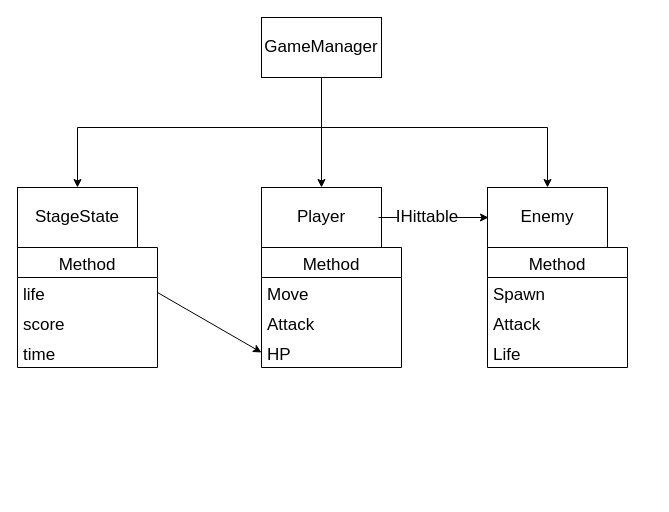
Above: Untitled Diagram.drawio in AoyamaSaito/ibezi-team-aoyama (draw.io), before the change. Source tidied: cells renumbered, new cells numbered last; positions are measured from the earlier drawing's top-left corner, leaving out a move shared by most shapes. Both pictures are drawn from the tidied source at 100%, with x=0, y=0 at pixel (17, 17).
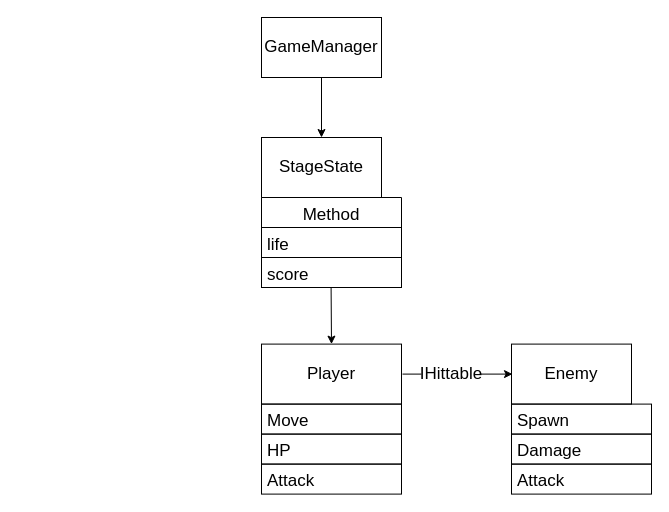
After the change.

Unchanged cells that the change refers to:
```xml
<mxCell id="2" value="&lt;font style=&quot;font-size: 17px;&quot;&gt;GameManager&lt;/font&gt;" style="rounded=0;whiteSpace=wrap;html=1;" parent="1" vertex="1">
  <mxGeometry x="244" width="120" height="60" as="geometry" />
</mxCell>
```

Diff of the diagram source:
```diff
@@
     <mxCell id="3" value="&lt;font style=&quot;font-size: 17px;&quot;&gt;Enemy&lt;/font&gt;" style="rounded=0;whiteSpace=wrap;html=1;" parent="1" vertex="1">
-      <mxGeometry x="470" y="170" width="120" height="60" as="geometry" />
+      <mxGeometry x="494" y="326.6" width="120" height="60" as="geometry" />
     </mxCell>
-    <mxCell id="4" value="&lt;font style=&quot;font-size: 17px;&quot;&gt;Player&lt;/font&gt;" style="rounded=0;whiteSpace=wrap;html=1;" parent="1" vertex="1">
-      <mxGeometry x="244" y="170" width="120" height="60" as="geometry" />
-    </mxCell>
     <mxCell id="5" value="&lt;font style=&quot;font-size: 17px;&quot;&gt;StageState&lt;/font&gt;" style="rounded=0;whiteSpace=wrap;html=1;" parent="1" vertex="1">
-      <mxGeometry y="170" width="120" height="60" as="geometry" />
+      <mxGeometry x="244" y="120" width="120" height="60" as="geometry" />
     </mxCell>
-    <mxCell id="6" style="endArrow=classic;html=1;rounded=0;fontSize=17;exitX=0.5;exitY=1;exitDx=0;exitDy=0;entryX=0.5;entryY=0;entryDx=0;entryDy=0;" parent="1" edge="1" source="2" target="5">
-      <mxGeometry relative="1" as="geometry">
-        <Array as="points">
-          <mxPoint x="304" y="110" />
-          <mxPoint x="60" y="110" />
-        </Array>
-      </mxGeometry>
-    </mxCell>
-    <mxCell id="7" style="endArrow=classic;html=1;rounded=0;fontSize=17;entryX=0.5;entryY=0;entryDx=0;entryDy=0;" parent="1" edge="1" target="4">
-      <mxGeometry relative="1" as="geometry">
-        <mxPoint x="304" y="110" as="sourcePoint" />
-      </mxGeometry>
-    </mxCell>
-    <mxCell id="8" style="endArrow=classic;html=1;rounded=0;fontSize=17;entryX=0.5;entryY=0;entryDx=0;entryDy=0;" parent="1" edge="1" target="3">
-      <mxGeometry relative="1" as="geometry">
-        <mxPoint x="300" y="110" as="sourcePoint" />
-        <Array as="points">
-          <mxPoint x="530" y="110" />
-        </Array>
-      </mxGeometry>
-    </mxCell>
-    <mxCell id="9" value="Method" style="swimlane;fontStyle=0;horizontal=1;startSize=30;fontSize=17;" parent="1" vertex="1">
-      <mxGeometry x="244" y="230" width="140" height="120" as="geometry" />
-    </mxCell>
-    <mxCell id="10" value="Move" style="text;strokeColor=none;fillColor=none;align=left;verticalAlign=middle;spacingLeft=4;spacingRight=4;overflow=hidden;fontSize=17;" parent="9" vertex="1">
-      <mxGeometry y="30" width="140" height="30" as="geometry" />
-    </mxCell>
-    <mxCell id="11" value="Attack" style="text;strokeColor=none;fillColor=none;align=left;verticalAlign=middle;spacingLeft=4;spacingRight=4;overflow=hidden;fontSize=17;" parent="9" vertex="1">
-      <mxGeometry y="60" width="140" height="30" as="geometry" />
-    </mxCell>
-    <mxCell id="12" value="HP" style="text;strokeColor=none;fillColor=none;align=left;verticalAlign=middle;spacingLeft=4;spacingRight=4;overflow=hidden;points=[[0,0.5],[1,0.5]];portConstraint=eastwest;fontSize=17;" parent="9" vertex="1">
-      <mxGeometry y="90" width="140" height="30" as="geometry" />
-    </mxCell>
     <mxCell id="13" value="Method" style="swimlane;fontStyle=0;horizontal=1;startSize=30;fontSize=17;" parent="1" vertex="1">
-      <mxGeometry y="230" width="140" height="120" as="geometry" />
+      <mxGeometry x="244" y="180" width="140" height="90" as="geometry" />
     </mxCell>
-    <mxCell id="14" value="life" style="text;strokeColor=none;fillColor=none;align=left;verticalAlign=middle;spacingLeft=4;spacingRight=4;overflow=hidden;points=[[0,0.5],[1,0.5]];portConstraint=eastwest;fontSize=17;" parent="13" vertex="1">
+    <mxCell id="14" value="life" style="text;strokeColor=default;fillColor=none;align=left;verticalAlign=middle;spacingLeft=4;spacingRight=4;overflow=hidden;points=[[0,0.5],[1,0.5]];portConstraint=eastwest;fontSize=17;" parent="13" vertex="1">
       <mxGeometry y="30" width="140" height="30" as="geometry" />
     </mxCell>
-    <mxCell id="15" value="score" style="text;strokeColor=none;fillColor=none;align=left;verticalAlign=middle;spacingLeft=4;spacingRight=4;overflow=hidden;fontSize=17;" parent="13" vertex="1">
+    <mxCell id="15" value="score" style="text;strokeColor=default;fillColor=none;align=left;verticalAlign=middle;spacingLeft=4;spacingRight=4;overflow=hidden;fontSize=17;" parent="13" vertex="1">
       <mxGeometry y="60" width="140" height="30" as="geometry" />
     </mxCell>
-    <mxCell id="16" value="time" style="text;strokeColor=none;fillColor=none;align=left;verticalAlign=middle;spacingLeft=4;spacingRight=4;overflow=hidden;fontSize=17;" parent="13" vertex="1">
-      <mxGeometry y="90" width="140" height="30" as="geometry" />
-    </mxCell>
-    <mxCell id="17" value="Method" style="swimlane;fontStyle=0;horizontal=1;startSize=30;fontSize=17;" parent="1" vertex="1">
-      <mxGeometry x="470" y="230" width="140" height="120" as="geometry" />
-    </mxCell>
+    <mxCell id="21" style="endArrow=classic;html=1;rounded=0;fontSize=17;exitX=0.967;exitY=0.5;exitDx=0;exitDy=0;exitPerimeter=0;startArrow=none;" parent="1" edge="1" source="22">
+      <mxGeometry relative="1" as="geometry">
+        <mxPoint x="495" y="356.6" as="targetPoint" />
+      </mxGeometry>
+    </mxCell>
+    <mxCell id="22" value="IHittable" style="text;html=1;strokeColor=none;fillColor=none;align=center;verticalAlign=middle;whiteSpace=wrap;rounded=0;fontSize=17;" parent="1" vertex="1">
+      <mxGeometry x="404" y="341.6" width="60" height="30" as="geometry" />
+    </mxCell>
+    <mxCell id="23" style="endArrow=none;html=1;rounded=0;fontSize=17;exitX=0.967;exitY=0.5;exitDx=0;exitDy=0;exitPerimeter=0;" parent="1" edge="1" target="22">
+      <mxGeometry relative="1" as="geometry">
+        <mxPoint x="385" y="356.6" as="sourcePoint" />
+      </mxGeometry>
+    </mxCell>
+    <mxCell id="4" value="&lt;font style=&quot;font-size: 17px;&quot;&gt;Player&lt;/font&gt;" style="rounded=0;whiteSpace=wrap;html=1;" parent="1" vertex="1">
+      <mxGeometry x="244" y="326.6" width="140" height="60" as="geometry" />
+    </mxCell>
+    <mxCell id="6" style="endArrow=classic;html=1;rounded=0;fontSize=17;exitX=0.5;exitY=1;exitDx=0;exitDy=0;entryX=0.5;entryY=0;entryDx=0;entryDy=0;" parent="1" edge="1" source="2" target="5">
+      <mxGeometry relative="1" as="geometry" />
+    </mxCell>
+    <mxCell id="25" style="endArrow=classic;html=1;rounded=0;fontSize=17;exitX=0.497;exitY=1.113;exitDx=0;exitDy=0;exitPerimeter=0;entryX=0.5;entryY=0;entryDx=0;entryDy=0;" parent="1" edge="1" target="4">
+      <mxGeometry relative="1" as="geometry">
+        <mxPoint x="313.6" y="270" as="sourcePoint" />
+      </mxGeometry>
+    </mxCell>
+    <mxCell id="10" value="Move" style="text;strokeColor=default;fillColor=none;align=left;verticalAlign=middle;spacingLeft=4;spacingRight=4;overflow=hidden;fontSize=17;" parent="1" vertex="1">
+      <mxGeometry x="244" y="386.6" width="140" height="30" as="geometry" />
+    </mxCell>
+    <mxCell id="12" value="HP" style="text;strokeColor=default;fillColor=none;align=left;verticalAlign=middle;spacingLeft=4;spacingRight=4;overflow=hidden;points=[[0,0.5],[1,0.5]];portConstraint=eastwest;fontSize=17;" parent="1" vertex="1">
+      <mxGeometry x="244" y="416.6" width="140" height="30" as="geometry" />
+    </mxCell>
+    <mxCell id="11" value="Attack" style="text;strokeColor=default;fillColor=none;align=left;verticalAlign=middle;spacingLeft=4;spacingRight=4;overflow=hidden;fontSize=17;" parent="1" vertex="1">
+      <mxGeometry x="244" y="446.6" width="140" height="30" as="geometry" />
+    </mxCell>
-    <mxCell id="18" value="Spawn" style="text;strokeColor=none;fillColor=none;align=left;verticalAlign=middle;spacingLeft=4;spacingRight=4;overflow=hidden;fontSize=17;" parent="17" vertex="1">
-      <mxGeometry y="30" width="140" height="30" as="geometry" />
+    <mxCell id="18" value="Spawn" style="text;strokeColor=default;fillColor=none;align=left;verticalAlign=middle;spacingLeft=4;spacingRight=4;overflow=hidden;fontSize=17;" parent="1" vertex="1">
+      <mxGeometry x="494" y="386.6" width="140" height="30" as="geometry" />
     </mxCell>
-    <mxCell id="19" value="Attack" style="text;strokeColor=none;fillColor=none;align=left;verticalAlign=middle;spacingLeft=4;spacingRight=4;overflow=hidden;fontSize=17;" parent="17" vertex="1">
-      <mxGeometry y="60" width="140" height="30" as="geometry" />
+    <mxCell id="19" value="Attack" style="text;strokeColor=default;fillColor=none;align=left;verticalAlign=middle;spacingLeft=4;spacingRight=4;overflow=hidden;fontSize=17;" parent="1" vertex="1">
+      <mxGeometry x="494" y="446.6" width="140" height="30" as="geometry" />
     </mxCell>
-    <mxCell id="20" value="Life" style="text;strokeColor=none;fillColor=none;align=left;verticalAlign=middle;spacingLeft=4;spacingRight=4;overflow=hidden;fontSize=17;" parent="17" vertex="1">
-      <mxGeometry y="90" width="140" height="30" as="geometry" />
+    <mxCell id="20" value="Damage" style="text;strokeColor=default;fillColor=none;align=left;verticalAlign=middle;spacingLeft=4;spacingRight=4;overflow=hidden;fontSize=17;" parent="1" vertex="1">
+      <mxGeometry x="494" y="416.6" width="140" height="30" as="geometry" />
     </mxCell>
-    <mxCell id="21" style="endArrow=classic;html=1;rounded=0;fontSize=17;exitX=0.967;exitY=0.5;exitDx=0;exitDy=0;exitPerimeter=0;startArrow=none;" parent="1" edge="1" source="22">
-      <mxGeometry relative="1" as="geometry">
-        <mxPoint x="471" y="200" as="targetPoint" />
-      </mxGeometry>
-    </mxCell>
-    <mxCell id="22" value="IHittable" style="text;html=1;strokeColor=none;fillColor=none;align=center;verticalAlign=middle;whiteSpace=wrap;rounded=0;fontSize=17;" parent="1" vertex="1">
-      <mxGeometry x="380" y="185" width="60" height="30" as="geometry" />
-    </mxCell>
-    <mxCell id="23" style="endArrow=none;html=1;rounded=0;fontSize=17;exitX=0.967;exitY=0.5;exitDx=0;exitDy=0;exitPerimeter=0;" parent="1" edge="1" target="22">
-      <mxGeometry relative="1" as="geometry">
-        <mxPoint x="361" y="200" as="sourcePoint" />
-      </mxGeometry>
-    </mxCell>
-    <mxCell id="24" style="endArrow=classic;html=1;rounded=0;fontSize=17;entryX=0;entryY=0.5;entryDx=0;entryDy=0;exitX=1;exitY=0.5;exitDx=0;exitDy=0;" parent="1" edge="1" source="14" target="12">
-      <mxGeometry relative="1" as="geometry" />
-    </mxCell>
```
